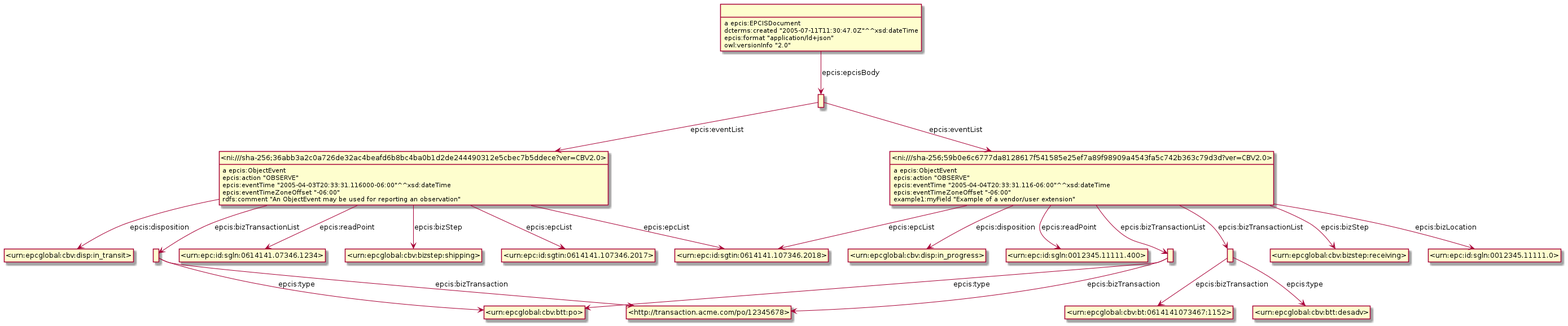
This is Diagrams/Example_9.6.1-with-comment.png from gs1/EPCIS, a PlantUML export, as it was before one commit.
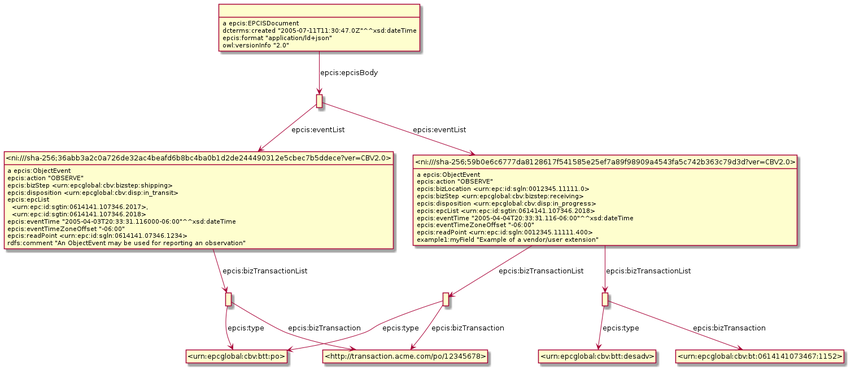
The same file after the commit.

The edit, as a diff of the source:
```diff
@@ -3,60 +3,50 @@
 hide empty attributes
 hide circle
 skinparam classAttributeIconSize 0
-class _r1622796216r4_ as " "
+class _r1623307982r4_ as " "
 class _urn_epcglobal_cbv_btt_po_ as "<urn:epcglobal:cbv:btt:po>"
-_r1622796216r4_ -down-> _urn_epcglobal_cbv_btt_po_ : epcis:type
+_r1623307982r4_ -down-> _urn_epcglobal_cbv_btt_po_ : epcis:type
 class _http_transaction_acme_com_po_12345678_ as "<http://transaction.acme.com/po/12345678>"
-_r1622796216r4_ -down-> _http_transaction_acme_com_po_12345678_ : epcis:bizTransaction
-class _r1622796216r3_ as " "
+_r1623307982r4_ -down-> _http_transaction_acme_com_po_12345678_ : epcis:bizTransaction
+class _ni_sha_256_36abb3a2c0a726de32ac4beafd6b8bc4ba0b1d2de244490312e5cbec7b5ddece_ver_CBV2_0_ as "<ni:///sha-256;36abb3a2c0a726de32ac4beafd6b8bc4ba0b1d2de244490312e5cbec7b5ddece?ver=CBV2.0>"
+_ni_sha_256_36abb3a2c0a726de32ac4beafd6b8bc4ba0b1d2de244490312e5cbec7b5ddece_ver_CBV2_0_ : a epcis:ObjectEvent
+_ni_sha_256_36abb3a2c0a726de32ac4beafd6b8bc4ba0b1d2de244490312e5cbec7b5ddece_ver_CBV2_0_ -down-> _r1623307982r4_ : epcis:bizTransactionList
+_ni_sha_256_36abb3a2c0a726de32ac4beafd6b8bc4ba0b1d2de244490312e5cbec7b5ddece_ver_CBV2_0_ : epcis:action "OBSERVE"
+_ni_sha_256_36abb3a2c0a726de32ac4beafd6b8bc4ba0b1d2de244490312e5cbec7b5ddece_ver_CBV2_0_ : epcis:bizStep <urn:epcglobal:cbv:bizstep:shipping>
+_ni_sha_256_36abb3a2c0a726de32ac4beafd6b8bc4ba0b1d2de244490312e5cbec7b5ddece_ver_CBV2_0_ : epcis:disposition <urn:epcglobal:cbv:disp:in_transit>
+_ni_sha_256_36abb3a2c0a726de32ac4beafd6b8bc4ba0b1d2de244490312e5cbec7b5ddece_ver_CBV2_0_ : epcis:epcList\n  <urn:epc:id:sgtin:0614141.107346.2017>,\n  <urn:epc:id:sgtin:0614141.107346.2018>
+_ni_sha_256_36abb3a2c0a726de32ac4beafd6b8bc4ba0b1d2de244490312e5cbec7b5ddece_ver_CBV2_0_ : epcis:eventTime "2005-04-03T20:33:31.116000-06:00"^^xsd:dateTime
+_ni_sha_256_36abb3a2c0a726de32ac4beafd6b8bc4ba0b1d2de244490312e5cbec7b5ddece_ver_CBV2_0_ : epcis:eventTimeZoneOffset "-06:00"
+_ni_sha_256_36abb3a2c0a726de32ac4beafd6b8bc4ba0b1d2de244490312e5cbec7b5ddece_ver_CBV2_0_ : epcis:readPoint <urn:epc:id:sgln:0614141.07346.1234>
+_ni_sha_256_36abb3a2c0a726de32ac4beafd6b8bc4ba0b1d2de244490312e5cbec7b5ddece_ver_CBV2_0_ : rdfs:comment "An ObjectEvent may be used for reporting an observation"
+class _r1623307982r3_ as " "
 class _ni_sha_256_59b0e6c6777da8128617f541585e25ef7a89f98909a4543fa5c742b363c79d3d_ver_CBV2_0_ as "<ni:///sha-256;59b0e6c6777da8128617f541585e25ef7a89f98909a4543fa5c742b363c79d3d?ver=CBV2.0>"
-_r1622796216r3_ -down-> _ni_sha_256_59b0e6c6777da8128617f541585e25ef7a89f98909a4543fa5c742b363c79d3d_ver_CBV2_0_ : epcis:eventList
-class _ni_sha_256_36abb3a2c0a726de32ac4beafd6b8bc4ba0b1d2de244490312e5cbec7b5ddece_ver_CBV2_0_ as "<ni:///sha-256;36abb3a2c0a726de32ac4beafd6b8bc4ba0b1d2de244490312e5cbec7b5ddece?ver=CBV2.0>"
-_r1622796216r3_ -down-> _ni_sha_256_36abb3a2c0a726de32ac4beafd6b8bc4ba0b1d2de244490312e5cbec7b5ddece_ver_CBV2_0_ : epcis:eventList
+_r1623307982r3_ -down-> _ni_sha_256_59b0e6c6777da8128617f541585e25ef7a89f98909a4543fa5c742b363c79d3d_ver_CBV2_0_ : epcis:eventList
+_r1623307982r3_ -down-> _ni_sha_256_36abb3a2c0a726de32ac4beafd6b8bc4ba0b1d2de244490312e5cbec7b5ddece_ver_CBV2_0_ : epcis:eventList
+class _r1623307982r0_ as " "
+_r1623307982r0_ -down-> _http_transaction_acme_com_po_12345678_ : epcis:bizTransaction
+_r1623307982r0_ -down-> _urn_epcglobal_cbv_btt_po_ : epcis:type
 _ni_sha_256_59b0e6c6777da8128617f541585e25ef7a89f98909a4543fa5c742b363c79d3d_ver_CBV2_0_ : a epcis:ObjectEvent
-class _urn_epcglobal_cbv_bizstep_receiving_ as "<urn:epcglobal:cbv:bizstep:receiving>"
-_ni_sha_256_59b0e6c6777da8128617f541585e25ef7a89f98909a4543fa5c742b363c79d3d_ver_CBV2_0_ -down-> _urn_epcglobal_cbv_bizstep_receiving_ : epcis:bizStep
-class _urn_epc_id_sgln_0012345_11111_0_ as "<urn:epc:id:sgln:0012345.11111.0>"
-_ni_sha_256_59b0e6c6777da8128617f541585e25ef7a89f98909a4543fa5c742b363c79d3d_ver_CBV2_0_ -down-> _urn_epc_id_sgln_0012345_11111_0_ : epcis:bizLocation
-class _urn_epc_id_sgtin_0614141_107346_2018_ as "<urn:epc:id:sgtin:0614141.107346.2018>"
-_ni_sha_256_59b0e6c6777da8128617f541585e25ef7a89f98909a4543fa5c742b363c79d3d_ver_CBV2_0_ -down-> _urn_epc_id_sgtin_0614141_107346_2018_ : epcis:epcList
-class _urn_epcglobal_cbv_disp_in_progress_ as "<urn:epcglobal:cbv:disp:in_progress>"
-_ni_sha_256_59b0e6c6777da8128617f541585e25ef7a89f98909a4543fa5c742b363c79d3d_ver_CBV2_0_ -down-> _urn_epcglobal_cbv_disp_in_progress_ : epcis:disposition
-class _urn_epc_id_sgln_0012345_11111_400_ as "<urn:epc:id:sgln:0012345.11111.400>"
-_ni_sha_256_59b0e6c6777da8128617f541585e25ef7a89f98909a4543fa5c742b363c79d3d_ver_CBV2_0_ -down-> _urn_epc_id_sgln_0012345_11111_400_ : epcis:readPoint
-class _r1622796216r0_ as " "
-_ni_sha_256_59b0e6c6777da8128617f541585e25ef7a89f98909a4543fa5c742b363c79d3d_ver_CBV2_0_ -down-> _r1622796216r0_ : epcis:bizTransactionList
-class _r1622796216r1_ as " "
-_ni_sha_256_59b0e6c6777da8128617f541585e25ef7a89f98909a4543fa5c742b363c79d3d_ver_CBV2_0_ -down-> _r1622796216r1_ : epcis:bizTransactionList
+class _r1623307982r1_ as " "
+_ni_sha_256_59b0e6c6777da8128617f541585e25ef7a89f98909a4543fa5c742b363c79d3d_ver_CBV2_0_ -down-> _r1623307982r1_ : epcis:bizTransactionList
+_ni_sha_256_59b0e6c6777da8128617f541585e25ef7a89f98909a4543fa5c742b363c79d3d_ver_CBV2_0_ -down-> _r1623307982r0_ : epcis:bizTransactionList
 _ni_sha_256_59b0e6c6777da8128617f541585e25ef7a89f98909a4543fa5c742b363c79d3d_ver_CBV2_0_ : epcis:action "OBSERVE"
+_ni_sha_256_59b0e6c6777da8128617f541585e25ef7a89f98909a4543fa5c742b363c79d3d_ver_CBV2_0_ : epcis:bizLocation <urn:epc:id:sgln:0012345.11111.0>
+_ni_sha_256_59b0e6c6777da8128617f541585e25ef7a89f98909a4543fa5c742b363c79d3d_ver_CBV2_0_ : epcis:bizStep <urn:epcglobal:cbv:bizstep:receiving>
+_ni_sha_256_59b0e6c6777da8128617f541585e25ef7a89f98909a4543fa5c742b363c79d3d_ver_CBV2_0_ : epcis:disposition <urn:epcglobal:cbv:disp:in_progress>
+_ni_sha_256_59b0e6c6777da8128617f541585e25ef7a89f98909a4543fa5c742b363c79d3d_ver_CBV2_0_ : epcis:epcList <urn:epc:id:sgtin:0614141.107346.2018>
 _ni_sha_256_59b0e6c6777da8128617f541585e25ef7a89f98909a4543fa5c742b363c79d3d_ver_CBV2_0_ : epcis:eventTime "2005-04-04T20:33:31.116-06:00"^^xsd:dateTime
 _ni_sha_256_59b0e6c6777da8128617f541585e25ef7a89f98909a4543fa5c742b363c79d3d_ver_CBV2_0_ : epcis:eventTimeZoneOffset "-06:00"
+_ni_sha_256_59b0e6c6777da8128617f541585e25ef7a89f98909a4543fa5c742b363c79d3d_ver_CBV2_0_ : epcis:readPoint <urn:epc:id:sgln:0012345.11111.400>
 _ni_sha_256_59b0e6c6777da8128617f541585e25ef7a89f98909a4543fa5c742b363c79d3d_ver_CBV2_0_ : example1:myField "Example of a vendor/user extension"
-_ni_sha_256_36abb3a2c0a726de32ac4beafd6b8bc4ba0b1d2de244490312e5cbec7b5ddece_ver_CBV2_0_ : a epcis:ObjectEvent
-class _urn_epc_id_sgln_0614141_07346_1234_ as "<urn:epc:id:sgln:0614141.07346.1234>"
-_ni_sha_256_36abb3a2c0a726de32ac4beafd6b8bc4ba0b1d2de244490312e5cbec7b5ddece_ver_CBV2_0_ -down-> _urn_epc_id_sgln_0614141_07346_1234_ : epcis:readPoint
-class _urn_epcglobal_cbv_bizstep_shipping_ as "<urn:epcglobal:cbv:bizstep:shipping>"
-_ni_sha_256_36abb3a2c0a726de32ac4beafd6b8bc4ba0b1d2de244490312e5cbec7b5ddece_ver_CBV2_0_ -down-> _urn_epcglobal_cbv_bizstep_shipping_ : epcis:bizStep
-class _urn_epc_id_sgtin_0614141_107346_2017_ as "<urn:epc:id:sgtin:0614141.107346.2017>"
-_ni_sha_256_36abb3a2c0a726de32ac4beafd6b8bc4ba0b1d2de244490312e5cbec7b5ddece_ver_CBV2_0_ -down-> _urn_epc_id_sgtin_0614141_107346_2017_ : epcis:epcList
-class _urn_epcglobal_cbv_disp_in_transit_ as "<urn:epcglobal:cbv:disp:in_transit>"
-_ni_sha_256_36abb3a2c0a726de32ac4beafd6b8bc4ba0b1d2de244490312e5cbec7b5ddece_ver_CBV2_0_ -down-> _urn_epcglobal_cbv_disp_in_transit_ : epcis:disposition
-_ni_sha_256_36abb3a2c0a726de32ac4beafd6b8bc4ba0b1d2de244490312e5cbec7b5ddece_ver_CBV2_0_ -down-> _urn_epc_id_sgtin_0614141_107346_2018_ : epcis:epcList
-_ni_sha_256_36abb3a2c0a726de32ac4beafd6b8bc4ba0b1d2de244490312e5cbec7b5ddece_ver_CBV2_0_ -down-> _r1622796216r4_ : epcis:bizTransactionList
-_ni_sha_256_36abb3a2c0a726de32ac4beafd6b8bc4ba0b1d2de244490312e5cbec7b5ddece_ver_CBV2_0_ : epcis:action "OBSERVE"
-_ni_sha_256_36abb3a2c0a726de32ac4beafd6b8bc4ba0b1d2de244490312e5cbec7b5ddece_ver_CBV2_0_ : epcis:eventTime "2005-04-03T20:33:31.116000-06:00"^^xsd:dateTime
-_ni_sha_256_36abb3a2c0a726de32ac4beafd6b8bc4ba0b1d2de244490312e5cbec7b5ddece_ver_CBV2_0_ : epcis:eventTimeZoneOffset "-06:00"
-_ni_sha_256_36abb3a2c0a726de32ac4beafd6b8bc4ba0b1d2de244490312e5cbec7b5ddece_ver_CBV2_0_ : rdfs:comment "An ObjectEvent may be used for reporting an observation"
-class _r1622796216r2_ as " "
-_r1622796216r2_ : a epcis:EPCISDocument
-_r1622796216r2_ -down-> _r1622796216r3_ : epcis:epcisBody
-_r1622796216r2_ : dcterms:created "2005-07-11T11:30:47.0Z"^^xsd:dateTime
-_r1622796216r2_ : epcis:format "application/ld+json"
-_r1622796216r2_ : owl:versionInfo "2.0"
+class _r1623307982r2_ as " "
+_r1623307982r2_ : a epcis:EPCISDocument
+_r1623307982r2_ -down-> _r1623307982r3_ : epcis:epcisBody
+_r1623307982r2_ : dcterms:created "2005-07-11T11:30:47.0Z"^^xsd:dateTime
+_r1623307982r2_ : epcis:format "application/ld+json"
+_r1623307982r2_ : owl:versionInfo "2.0"
+class _urn_epcglobal_cbv_btt_desadv_ as "<urn:epcglobal:cbv:btt:desadv>"
+_r1623307982r1_ -down-> _urn_epcglobal_cbv_btt_desadv_ : epcis:type
 class _urn_epcglobal_cbv_bt_0614141073467_1152_ as "<urn:epcglobal:cbv:bt:0614141073467:1152>"
-_r1622796216r1_ -down-> _urn_epcglobal_cbv_bt_0614141073467_1152_ : epcis:bizTransaction
-class _urn_epcglobal_cbv_btt_desadv_ as "<urn:epcglobal:cbv:btt:desadv>"
-_r1622796216r1_ -down-> _urn_epcglobal_cbv_btt_desadv_ : epcis:type
-_r1622796216r0_ -down-> _urn_epcglobal_cbv_btt_po_ : epcis:type
-_r1622796216r0_ -down-> _http_transaction_acme_com_po_12345678_ : epcis:bizTransaction
+_r1623307982r1_ -down-> _urn_epcglobal_cbv_bt_0614141073467_1152_ : epcis:bizTransaction
 @enduml
```
